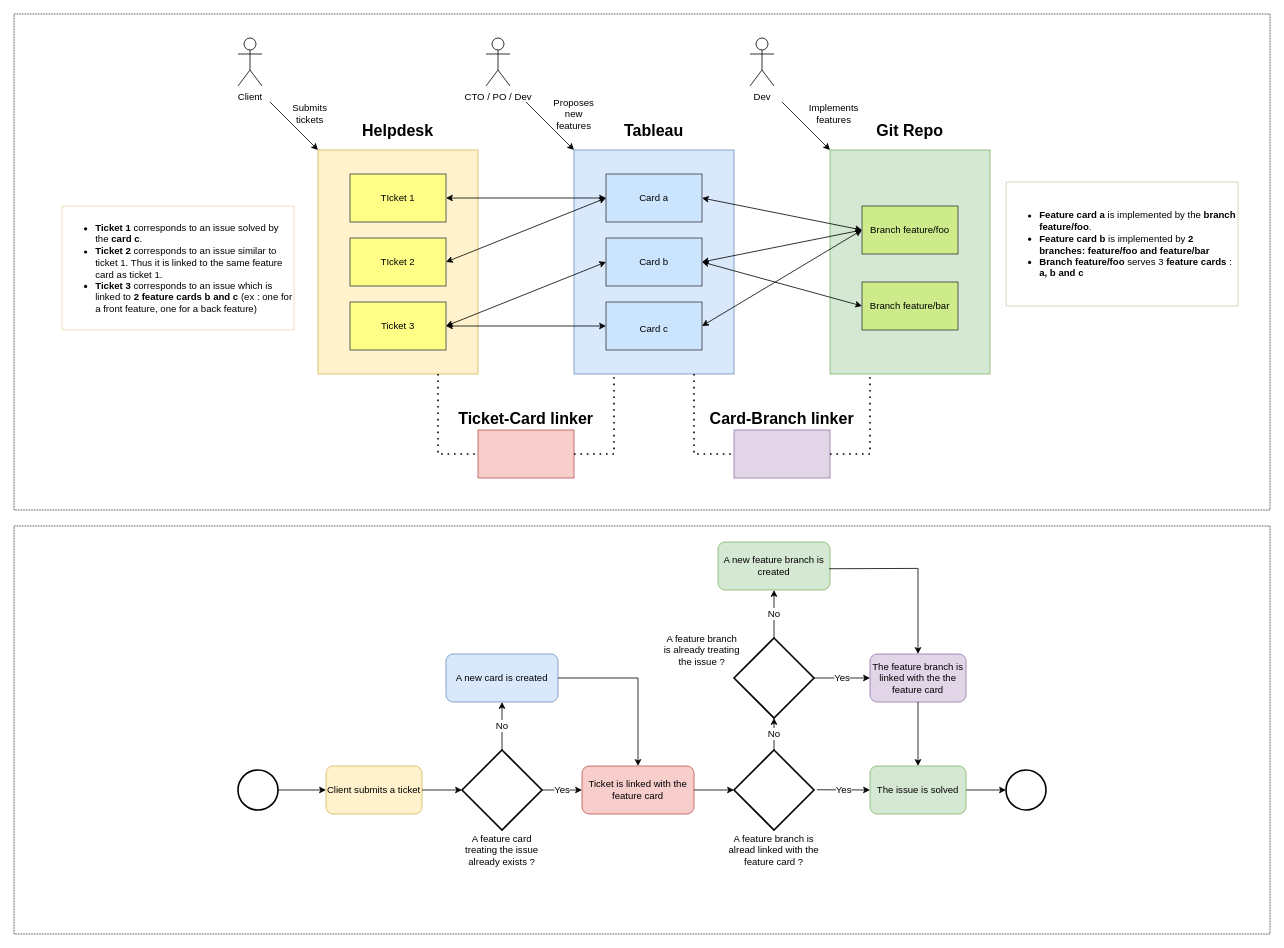
Before: story.drawio in rbelafia/story-bis, a draw.io diagram. Source tidied: cells renumbered, new cells numbered last; positions are measured from the earlier drawing's top-left corner, leaving out a move shared by most shapes. Both pictures are drawn from the tidied source at 80%, with x=0, y=0 at pixel (14, 14).
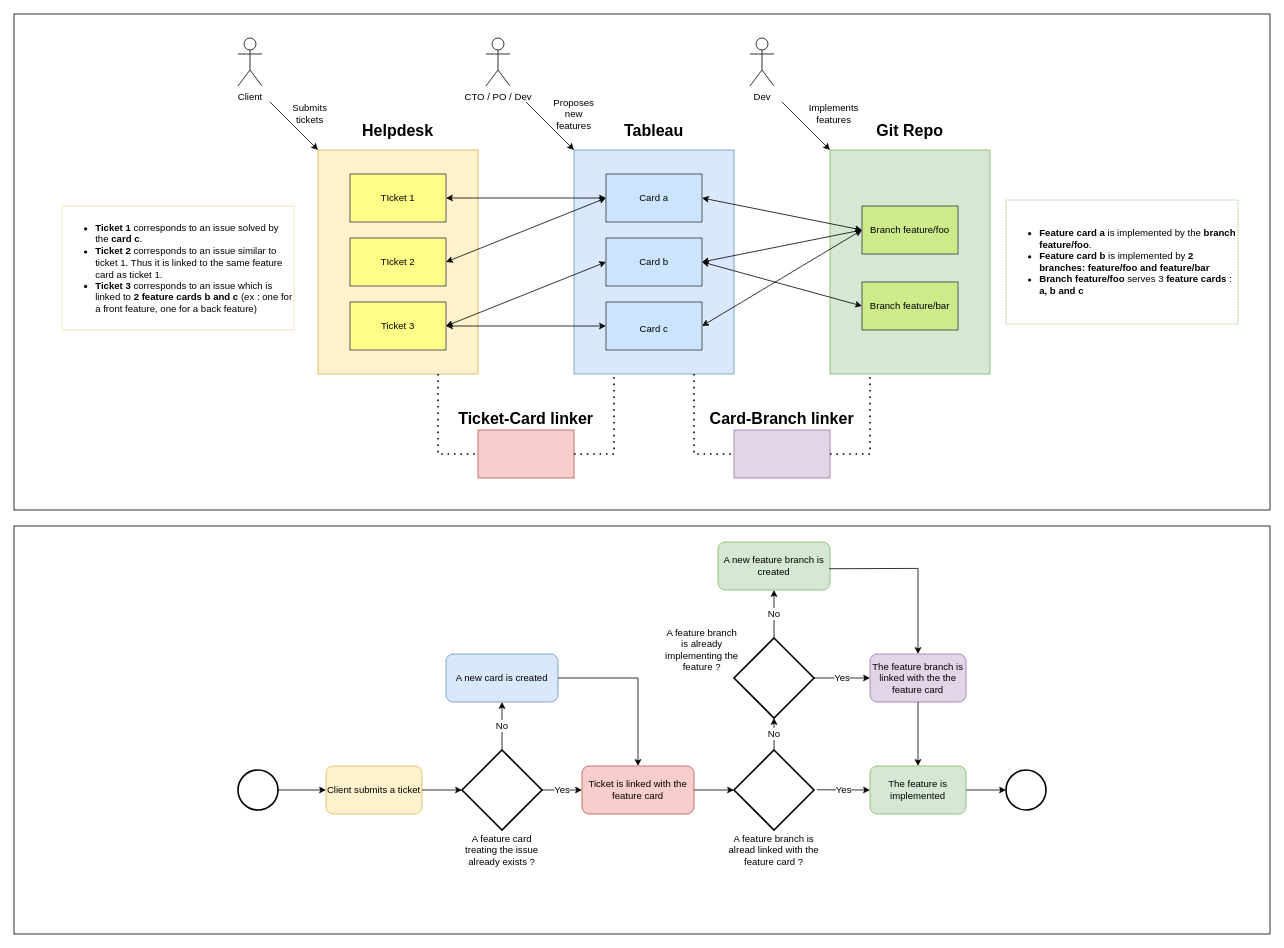
Above is the later version.

The edit, as a diff of the source:
```diff
@@
-    <mxCell id="2" style="rounded=0;whiteSpace=wrap;html=1;dashed=1;dashPattern=1 1;fontSize=12;" parent="1" vertex="1">
+    <mxCell id="2" style="rounded=0;whiteSpace=wrap;html=1;fontSize=12;" parent="1" vertex="1">
       <mxGeometry y="640" width="1570" height="510" as="geometry" />
     </mxCell>
-    <mxCell id="3" style="rounded=0;whiteSpace=wrap;html=1;dashed=1;dashPattern=1 1;fontSize=12;" parent="1" vertex="1">
+    <mxCell id="3" style="rounded=0;whiteSpace=wrap;html=1;fontSize=12;" parent="1" vertex="1">
       <mxGeometry width="1570" height="620" as="geometry" />
     </mxCell>
@@
-    <mxCell id="39" value="The issue is solved" style="rounded=1;whiteSpace=wrap;html=1;fontSize=12;fillColor=#d5e8d4;strokeColor=#82b366;" parent="1" vertex="1">
+    <mxCell id="39" value="The feature is implemented" style="rounded=1;whiteSpace=wrap;html=1;fontSize=12;fillColor=#d5e8d4;strokeColor=#82b366;" parent="1" vertex="1">
       <mxGeometry x="1070" y="940" width="120" height="60" as="geometry" />
     </mxCell>
@@
-    <mxCell id="48" value="A feature branch is already treating the issue ?" style="text;html=1;strokeColor=none;fillColor=none;align=center;verticalAlign=middle;whiteSpace=wrap;rounded=0;fontSize=12;" parent="1" vertex="1">
+    <mxCell id="48" value="A feature branch is already implementing the feature ?" style="text;html=1;strokeColor=none;fillColor=none;align=center;verticalAlign=middle;whiteSpace=wrap;rounded=0;fontSize=12;" parent="1" vertex="1">
       <mxGeometry x="810" y="780" width="100" height="30" as="geometry" />
     </mxCell>
@@
     <mxCell id="71" value="&lt;ul&gt;&lt;li&gt;&lt;b&gt;Feature card a&lt;/b&gt; is implemented by the &lt;b&gt;branch feature/foo&lt;/b&gt;.&lt;/li&gt;&lt;li&gt;&lt;b&gt;Feature card b&lt;/b&gt;&amp;nbsp;is implemented by &lt;b&gt;2 branches: feature/foo and feature/bar&lt;/b&gt;&lt;/li&gt;&lt;li&gt;&lt;b&gt;Branch feature/foo &lt;/b&gt;serves 3 &lt;b&gt;feature cards &lt;/b&gt;: &lt;b&gt;a, b and c&amp;nbsp;&lt;/b&gt;&lt;/li&gt;&lt;/ul&gt;" style="text;html=1;strokeColor=#82b366;fillColor=none;align=left;verticalAlign=middle;whiteSpace=wrap;rounded=0;fontSize=12;dashed=1;dashPattern=1 1;" parent="1" vertex="1">
-      <mxGeometry x="1240" y="210" width="290" height="155" as="geometry" />
+      <mxGeometry x="1240" y="232.5" width="290" height="155" as="geometry" />
     </mxCell>
```
